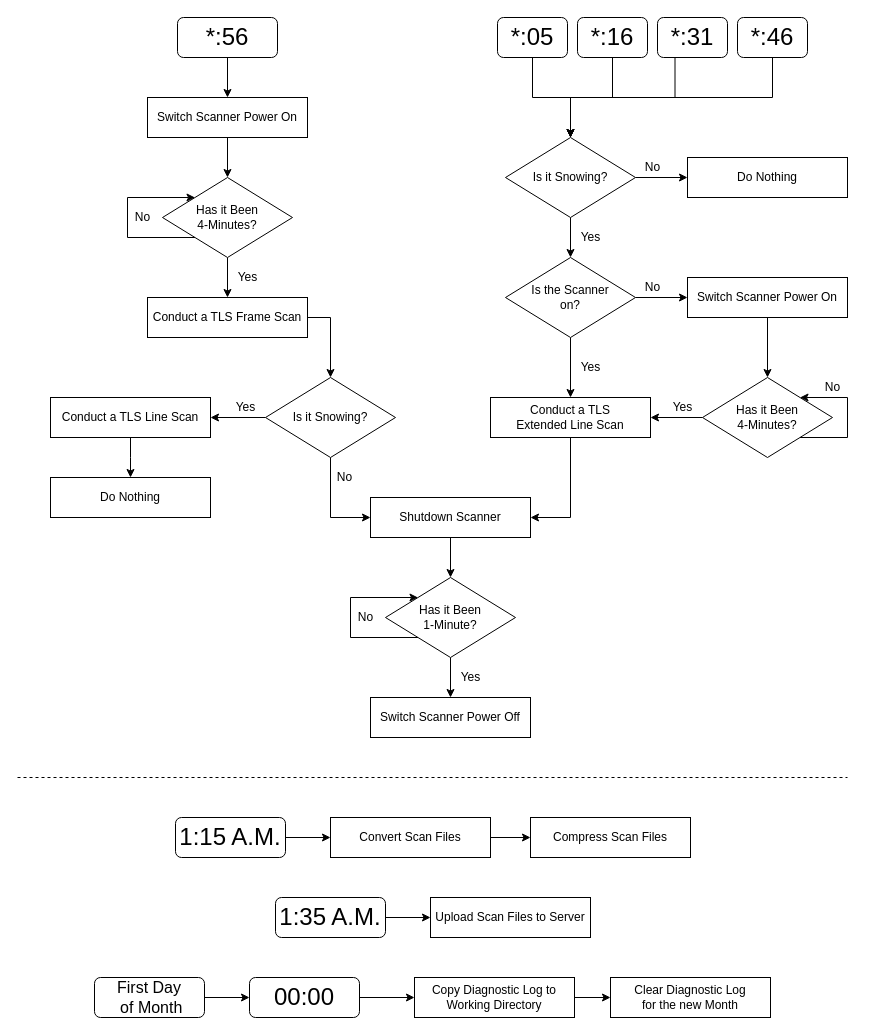
Above: Images/general-process-flow-diagram.drawio in CRREL/Mammoth-A-TLS (draw.io), before the change. Source tidied: cells renumbered, new cells numbered last; positions are measured from the earlier drawing's top-left corner, leaving out a move shared by most shapes. Both pictures are drawn from the tidied source at 100%, with x=0, y=0 at pixel (17, 17).
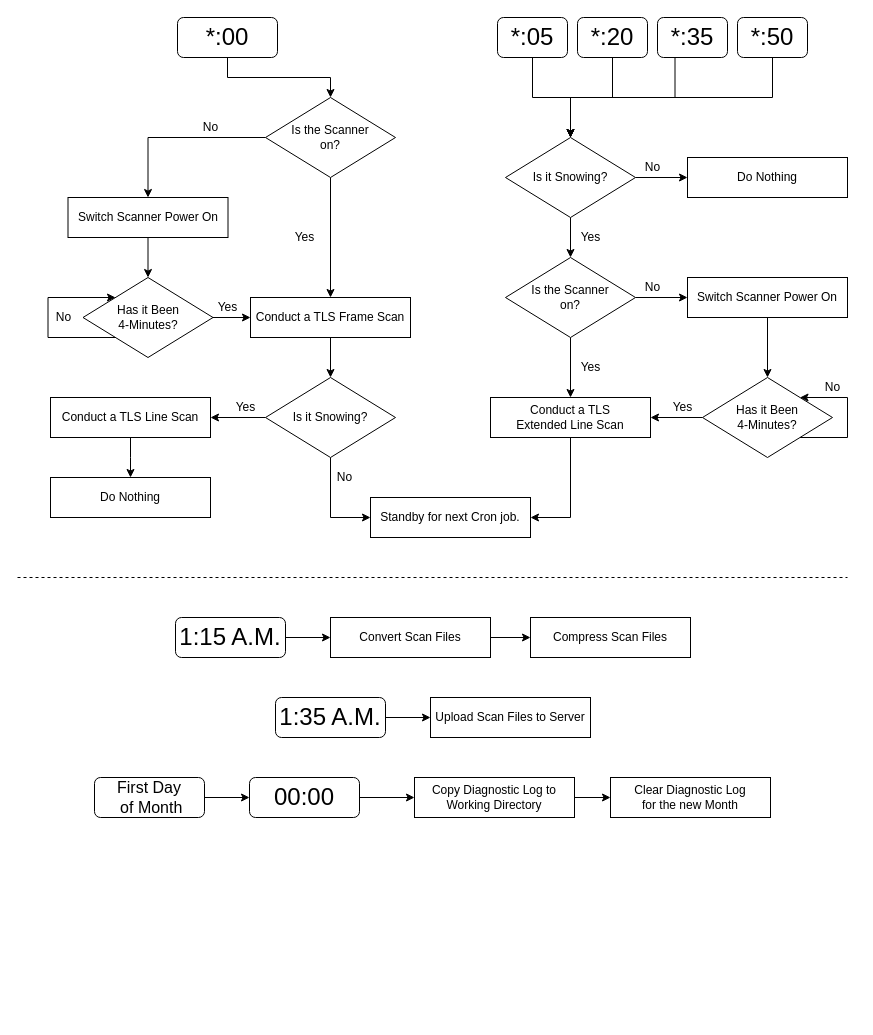
Above is the later version.

Commit message (it also covers changes not shown here):
updated general flow diagram

updated A-TLS process after meeting to remove spectralon panel scan during line_extended calls. Also, removed scanner_poweroff calls as the system will be on all the time for '20-'21 season.

Unchanged cells that the change refers to:
```xml
<mxCell id="15" value="Is it Snowing?" style="rhombus;whiteSpace=wrap;html=1;" parent="1" vertex="1">
  <mxGeometry x="248" y="360" width="130" height="80" as="geometry" />
</mxCell>
```

Change to the diagram source:
```diff
@@
-    <mxCell id="2" style="edgeStyle=orthogonalEdgeStyle;rounded=0;jettySize=auto;html=1;exitX=0.5;exitY=1;exitDx=0;exitDy=0;entryX=0.5;entryY=0;entryDx=0;entryDy=0;" parent="1" edge="1" source="3" target="5">
-      <mxGeometry relative="1" as="geometry" />
-    </mxCell>
+    <mxCell id="73" style="edgeStyle=orthogonalEdgeStyle;rounded=0;jettySize=auto;html=1;exitX=0.5;exitY=1;exitDx=0;exitDy=0;entryX=0.5;entryY=0;entryDx=0;entryDy=0;" parent="1" edge="1" source="3" target="76">
+      <mxGeometry relative="1" as="geometry" />
+    </mxCell>
-    <mxCell id="3" value="&lt;font style=&quot;font-size: 24px&quot;&gt;*:56&lt;/font&gt;" style="rounded=1;whiteSpace=wrap;html=1;" parent="1" vertex="1">
+    <mxCell id="3" value="&lt;font style=&quot;font-size: 24px&quot;&gt;*:00&lt;/font&gt;" style="rounded=1;whiteSpace=wrap;html=1;" parent="1" vertex="1">
       <mxGeometry x="160" width="100" height="40" as="geometry" />
     </mxCell>
@@
     <mxCell id="5" value="Switch Scanner Power On" style="rounded=0;whiteSpace=wrap;html=1;" parent="1" vertex="1">
-      <mxGeometry x="130" y="80" width="160" height="40" as="geometry" />
+      <mxGeometry x="50.5" y="180" width="160" height="40" as="geometry" />
     </mxCell>
-    <mxCell id="6" style="edgeStyle=orthogonalEdgeStyle;rounded=0;jettySize=auto;html=1;exitX=0.5;exitY=1;exitDx=0;exitDy=0;entryX=0.5;entryY=0;entryDx=0;entryDy=0;" parent="1" edge="1" source="7" target="11">
+    <mxCell id="6" style="edgeStyle=orthogonalEdgeStyle;rounded=0;jettySize=auto;html=1;exitX=1;exitY=0.5;exitDx=0;exitDy=0;entryX=0;entryY=0.5;entryDx=0;entryDy=0;" parent="1" edge="1" source="7" target="11">
       <mxGeometry relative="1" as="geometry" />
     </mxCell>
     <mxCell id="7" value="Has it Been&lt;br&gt;4-Minutes?" style="rhombus;whiteSpace=wrap;html=1;" parent="1" vertex="1">
-      <mxGeometry x="145" y="160" width="130" height="80" as="geometry" />
+      <mxGeometry x="65.5" y="260" width="130" height="80" as="geometry" />
     </mxCell>
     <mxCell id="8" value="No" style="text;html=1;align=center;verticalAlign=middle;" parent="1" vertex="1">
-      <mxGeometry x="110" y="190" width="30" height="20" as="geometry" />
+      <mxGeometry x="30.5" y="290" width="30" height="20" as="geometry" />
     </mxCell>
     <mxCell id="9" style="edgeStyle=orthogonalEdgeStyle;rounded=0;orthogonalLoop=1;jettySize=auto;html=1;exitX=0;exitY=1;exitDx=0;exitDy=0;entryX=0;entryY=0;entryDx=0;entryDy=0;" parent="1" edge="1" source="7" target="7">
       <mxGeometry relative="1" as="geometry">
         <Array as="points">
-          <mxPoint x="110" y="220" />
-          <mxPoint x="110" y="180" />
+          <mxPoint x="30.5" y="320" />
+          <mxPoint x="30.5" y="280" />
         </Array>
       </mxGeometry>
     </mxCell>
-    <mxCell id="10" style="edgeStyle=orthogonalEdgeStyle;rounded=0;jettySize=auto;html=1;exitX=1;exitY=0.5;exitDx=0;exitDy=0;entryX=0.5;entryY=0;entryDx=0;entryDy=0;" parent="1" edge="1" source="11" target="15">
+    <mxCell id="10" style="edgeStyle=orthogonalEdgeStyle;rounded=0;jettySize=auto;html=1;exitX=0.5;exitY=1;exitDx=0;exitDy=0;entryX=0.5;entryY=0;entryDx=0;entryDy=0;" parent="1" edge="1" source="11" target="15">
       <mxGeometry relative="1" as="geometry" />
     </mxCell>
     <mxCell id="11" value="Conduct a TLS Frame Scan" style="rounded=0;whiteSpace=wrap;html=1;" parent="1" vertex="1">
-      <mxGeometry x="130" y="280" width="160" height="40" as="geometry" />
+      <mxGeometry x="233" y="280" width="160" height="40" as="geometry" />
     </mxCell>
     <mxCell id="12" value="Yes" style="text;html=1;align=center;verticalAlign=middle;" parent="1" vertex="1">
-      <mxGeometry x="210" y="250" width="40" height="20" as="geometry" />
+      <mxGeometry x="267" y="210" width="40" height="20" as="geometry" />
     </mxCell>
@@
-    <mxCell id="16" style="edgeStyle=orthogonalEdgeStyle;rounded=0;jettySize=auto;html=1;exitX=0.5;exitY=1;exitDx=0;exitDy=0;entryX=0.5;entryY=0;entryDx=0;entryDy=0;" parent="1" edge="1" source="17" target="19">
-      <mxGeometry relative="1" as="geometry" />
-    </mxCell>
-    <mxCell id="17" value="Shutdown Scanner" style="rounded=0;whiteSpace=wrap;html=1;" parent="1" vertex="1">
+    <mxCell id="17" value="Standby for next Cron job." style="rounded=0;whiteSpace=wrap;html=1;" parent="1" vertex="1">
       <mxGeometry x="353" y="480" width="160" height="40" as="geometry" />
     </mxCell>
-    <mxCell id="18" style="edgeStyle=orthogonalEdgeStyle;rounded=0;jettySize=auto;html=1;exitX=0.5;exitY=1;exitDx=0;exitDy=0;entryX=0.5;entryY=0;entryDx=0;entryDy=0;" parent="1" edge="1" source="19" target="22">
-      <mxGeometry relative="1" as="geometry" />
-    </mxCell>
-    <mxCell id="19" value="Has it Been&lt;br&gt;1-Minute?" style="rhombus;whiteSpace=wrap;html=1;" parent="1" vertex="1">
-      <mxGeometry x="368" y="560" width="130" height="80" as="geometry" />
-    </mxCell>
-    <mxCell id="20" value="No" style="text;html=1;align=center;verticalAlign=middle;" parent="1" vertex="1">
-      <mxGeometry x="333" y="590" width="30" height="20" as="geometry" />
-    </mxCell>
-    <mxCell id="21" style="edgeStyle=orthogonalEdgeStyle;rounded=0;orthogonalLoop=1;jettySize=auto;html=1;exitX=0;exitY=1;exitDx=0;exitDy=0;entryX=0;entryY=0;entryDx=0;entryDy=0;" parent="1" edge="1">
-      <mxGeometry relative="1" as="geometry">
-        <mxPoint x="400.5" y="620" as="sourcePoint" />
-        <mxPoint x="400.5" y="580" as="targetPoint" />
-        <Array as="points">
-          <mxPoint x="333" y="620" />
-          <mxPoint x="333" y="580" />
-        </Array>
-      </mxGeometry>
-    </mxCell>
-    <mxCell id="22" value="Switch Scanner Power Off" style="rounded=0;whiteSpace=wrap;html=1;" parent="1" vertex="1">
-      <mxGeometry x="353" y="680" width="160" height="40" as="geometry" />
-    </mxCell>
-    <mxCell id="23" value="Yes" style="text;html=1;align=center;verticalAlign=middle;" parent="1" vertex="1">
-      <mxGeometry x="433" y="650" width="40" height="20" as="geometry" />
-    </mxCell>
@@
-    <mxCell id="31" value="&lt;font style=&quot;font-size: 24px&quot;&gt;*:16&lt;/font&gt;" style="rounded=1;whiteSpace=wrap;html=1;" parent="1" vertex="1">
+    <mxCell id="31" value="&lt;font style=&quot;font-size: 24px&quot;&gt;*:20&lt;/font&gt;" style="rounded=1;whiteSpace=wrap;html=1;" parent="1" vertex="1">
       <mxGeometry x="560" width="70" height="40" as="geometry" />
     </mxCell>
@@
-    <mxCell id="33" value="&lt;font style=&quot;font-size: 24px&quot;&gt;*:31&lt;/font&gt;" style="rounded=1;whiteSpace=wrap;html=1;" parent="1" vertex="1">
+    <mxCell id="33" value="&lt;font style=&quot;font-size: 24px&quot;&gt;*:35&lt;/font&gt;" style="rounded=1;whiteSpace=wrap;html=1;" parent="1" vertex="1">
       <mxGeometry x="640" width="70" height="40" as="geometry" />
     </mxCell>
@@
-    <mxCell id="35" value="&lt;font style=&quot;font-size: 24px&quot;&gt;*:46&lt;/font&gt;" style="rounded=1;whiteSpace=wrap;html=1;" parent="1" vertex="1">
+    <mxCell id="35" value="&lt;font style=&quot;font-size: 24px&quot;&gt;*:50&lt;/font&gt;" style="rounded=1;whiteSpace=wrap;html=1;" parent="1" vertex="1">
       <mxGeometry x="720" width="70" height="40" as="geometry" />
     </mxCell>
@@
     <mxCell id="57" value="&lt;font style=&quot;font-size: 24px&quot;&gt;1:15 A.M.&lt;/font&gt;" style="rounded=1;whiteSpace=wrap;html=1;" parent="1" vertex="1">
-      <mxGeometry x="158" y="800" width="110" height="40" as="geometry" />
+      <mxGeometry x="158" y="600" width="110" height="40" as="geometry" />
     </mxCell>
@@
     <mxCell id="59" value="&lt;font style=&quot;font-size: 24px&quot;&gt;1:35 A.M.&lt;/font&gt;" style="rounded=1;whiteSpace=wrap;html=1;" parent="1" vertex="1">
-      <mxGeometry x="258" y="880" width="110" height="40" as="geometry" />
+      <mxGeometry x="258" y="680" width="110" height="40" as="geometry" />
     </mxCell>
@@
     <mxCell id="61" value="Convert Scan Files" style="rounded=0;whiteSpace=wrap;html=1;" parent="1" vertex="1">
-      <mxGeometry x="313" y="800" width="160" height="40" as="geometry" />
+      <mxGeometry x="313" y="600" width="160" height="40" as="geometry" />
     </mxCell>
     <mxCell id="62" value="Compress Scan Files" style="rounded=0;whiteSpace=wrap;html=1;" parent="1" vertex="1">
-      <mxGeometry x="513" y="800" width="160" height="40" as="geometry" />
+      <mxGeometry x="513" y="600" width="160" height="40" as="geometry" />
     </mxCell>
     <mxCell id="63" value="Upload Scan Files to Server" style="rounded=0;whiteSpace=wrap;html=1;" parent="1" vertex="1">
-      <mxGeometry x="413" y="880" width="160" height="40" as="geometry" />
+      <mxGeometry x="413" y="680" width="160" height="40" as="geometry" />
     </mxCell>
@@
     <mxCell id="65" value="&lt;font style=&quot;font-size: 16px&quot;&gt;First Day&lt;br&gt;&amp;nbsp;of Month&lt;/font&gt;" style="rounded=1;whiteSpace=wrap;html=1;" parent="1" vertex="1">
-      <mxGeometry x="77" y="960" width="110" height="40" as="geometry" />
+      <mxGeometry x="77" y="760" width="110" height="40" as="geometry" />
     </mxCell>
@@
     <mxCell id="67" value="&lt;span style=&quot;font-size: 24px&quot;&gt;00:00&lt;/span&gt;" style="rounded=1;whiteSpace=wrap;html=1;" parent="1" vertex="1">
-      <mxGeometry x="232" y="960" width="110" height="40" as="geometry" />
+      <mxGeometry x="232" y="760" width="110" height="40" as="geometry" />
     </mxCell>
@@
     <mxCell id="69" value="Copy Diagnostic Log to&lt;br&gt;Working Directory" style="rounded=0;whiteSpace=wrap;html=1;" parent="1" vertex="1">
-      <mxGeometry x="397" y="960" width="160" height="40" as="geometry" />
+      <mxGeometry x="397" y="760" width="160" height="40" as="geometry" />
     </mxCell>
     <mxCell id="70" value="Clear Diagnostic Log &lt;br&gt;for the new Month" style="rounded=0;whiteSpace=wrap;html=1;" parent="1" vertex="1">
-      <mxGeometry x="593" y="960" width="160" height="40" as="geometry" />
+      <mxGeometry x="593" y="760" width="160" height="40" as="geometry" />
     </mxCell>
     <mxCell id="71" style="endArrow=none;dashed=1;html=1;" parent="1" edge="1">
       <mxGeometry relative="1" as="geometry">
-        <mxPoint y="760" as="sourcePoint" />
-        <mxPoint x="830" y="760" as="targetPoint" />
+        <mxPoint y="560" as="sourcePoint" />
+        <mxPoint x="830" y="560" as="targetPoint" />
       </mxGeometry>
     </mxCell>
@@
+    <mxCell id="74" style="edgeStyle=orthogonalEdgeStyle;rounded=0;jettySize=auto;html=1;exitX=0.5;exitY=1;exitDx=0;exitDy=0;entryX=0.5;entryY=0;entryDx=0;entryDy=0;" parent="1" edge="1" source="76" target="11">
+      <mxGeometry relative="1" as="geometry" />
+    </mxCell>
+    <mxCell id="75" style="edgeStyle=orthogonalEdgeStyle;rounded=0;jettySize=auto;html=1;exitX=0;exitY=0.5;exitDx=0;exitDy=0;entryX=0.5;entryY=0;entryDx=0;entryDy=0;" parent="1" edge="1" source="76" target="5">
+      <mxGeometry relative="1" as="geometry" />
+    </mxCell>
+    <mxCell id="76" value="Is the Scanner&lt;br&gt;on?" style="rhombus;whiteSpace=wrap;html=1;" parent="1" vertex="1">
+      <mxGeometry x="248" y="80" width="130" height="80" as="geometry" />
+    </mxCell>
+    <mxCell id="20" value="No" style="text;html=1;align=center;verticalAlign=middle;" parent="1" vertex="1">
+      <mxGeometry x="178" y="100" width="30" height="20" as="geometry" />
+    </mxCell>
+    <mxCell id="23" value="Yes" style="text;html=1;align=center;verticalAlign=middle;" parent="1" vertex="1">
+      <mxGeometry x="190" y="280" width="40" height="20" as="geometry" />
+    </mxCell>
```
